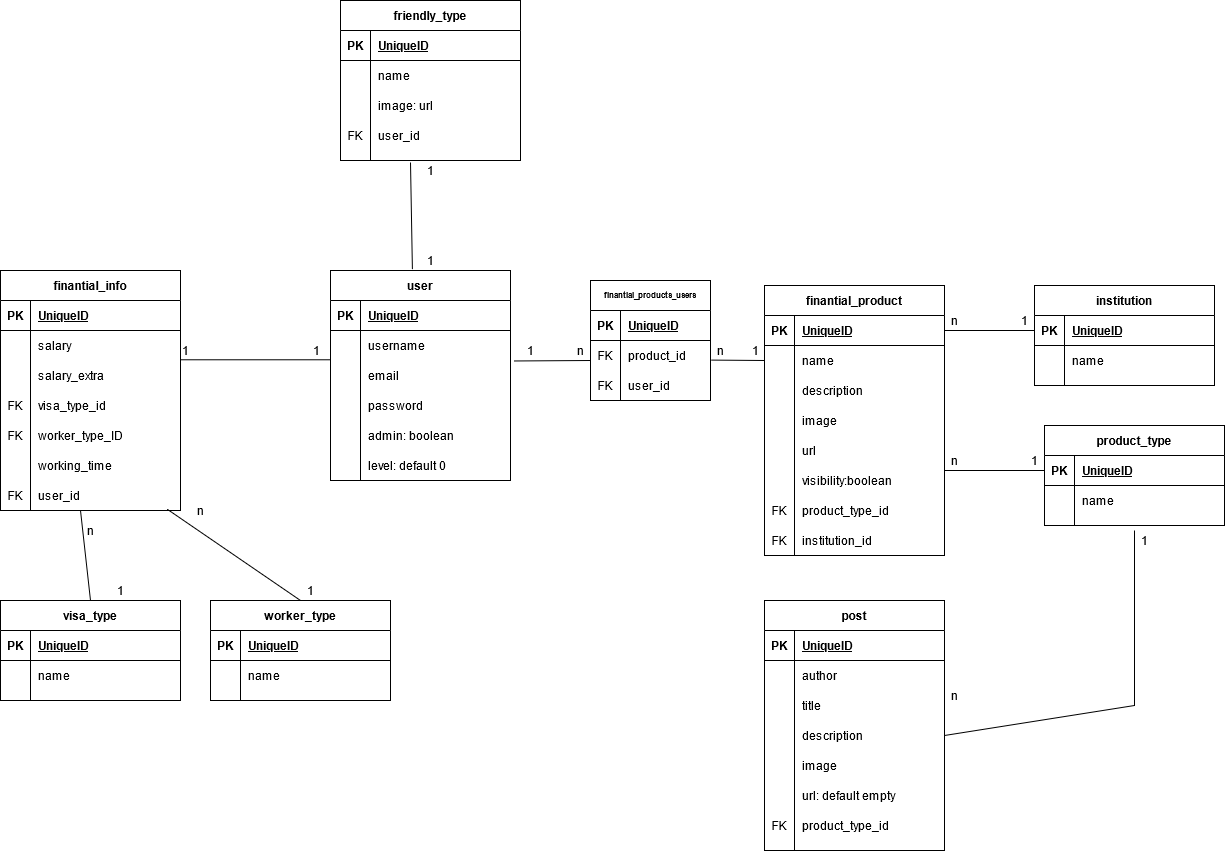
Above: bancaWEB.png in gilibethvega/banca_web (draw.io), before the change. Source tidied: cells renumbered, new cells last; positions are measured from the earlier drawing's top-left corner, leaving out a move shared by most shapes.
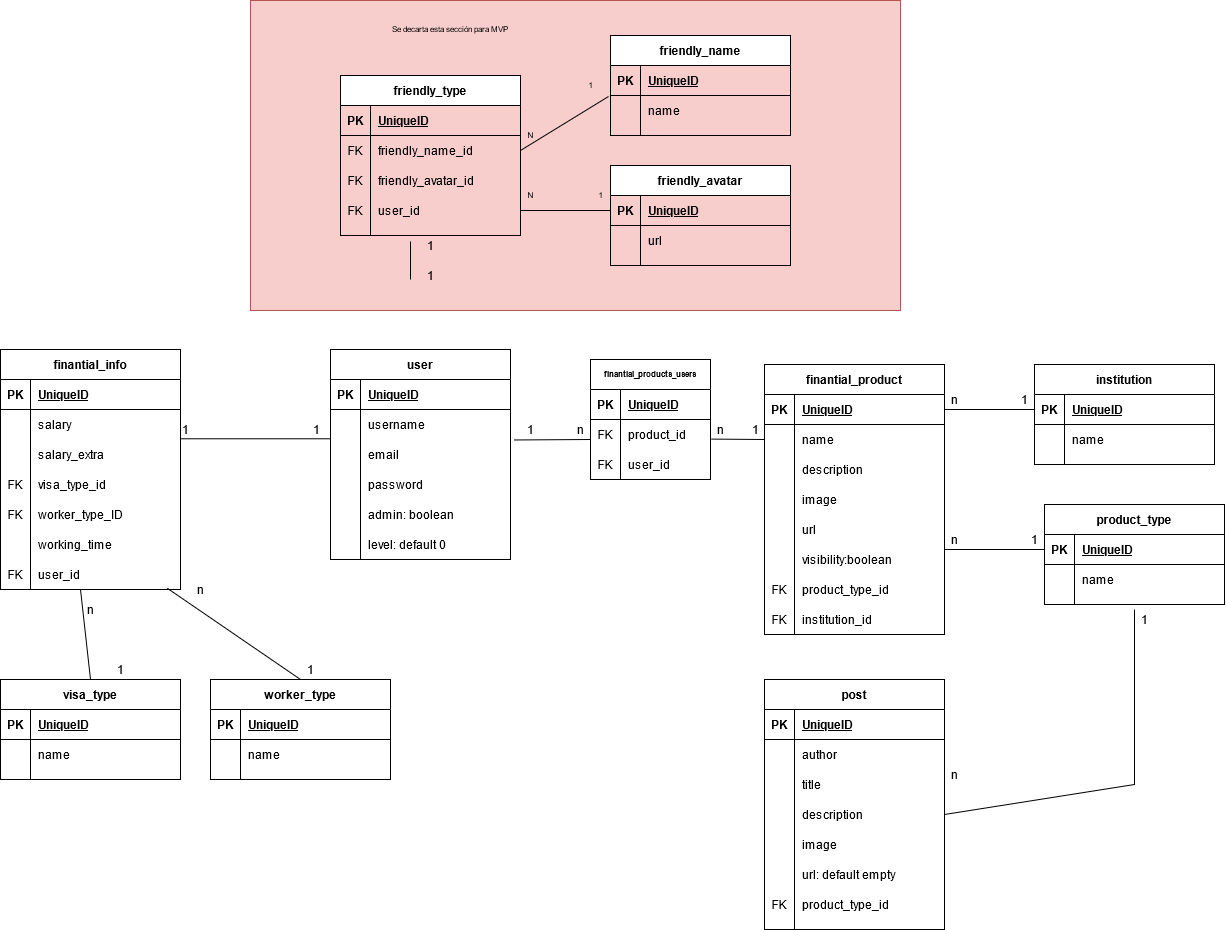
After the change.

Diff of the diagram source:
```diff
@@ -2,6 +2,9 @@
   <root>
     <mxCell id="0" />
     <mxCell id="1" parent="0" />
+    <mxCell id="168" style="rounded=0;whiteSpace=wrap;html=1;fontSize=8;labelBackgroundColor=#FFBDF4;labelBorderColor=#000000;fillColor=#f8cecc;strokeColor=#b85450;" parent="1" vertex="1">
+      <mxGeometry x="250" y="-79" width="650" height="310" as="geometry" />
+    </mxCell>
     <mxCell id="2" value="user" style="shape=table;startSize=30;rowLines=0;fontStyle=1;align=center;" parent="1" vertex="1">
       <mxGeometry x="330" y="270" width="180" height="210" as="geometry" />
     </mxCell>
@@ -60,7 +63,7 @@
       <mxGeometry x="30" width="150" height="30" as="geometry" />
     </mxCell>
     <mxCell id="21" value="friendly_type" style="shape=table;startSize=30;rowLines=0;fontStyle=1;align=center;" parent="1" vertex="1">
-      <mxGeometry x="340" width="180" height="160" as="geometry" />
+      <mxGeometry x="340" y="-4" width="180" height="160" as="geometry" />
     </mxCell>
     <mxCell id="22" style="shape=partialRectangle;fillColor=none;top=0;left=0;bottom=1;right=0;" parent="21" vertex="1">
       <mxGeometry y="30" width="180" height="30" as="geometry" />
@@ -74,19 +77,19 @@
     <mxCell id="25" style="shape=partialRectangle;fillColor=none;top=0;left=0;bottom=0;right=0;points=[[0,0.5],[1,0.5]];portConstraint=eastwest;" parent="21" vertex="1">
       <mxGeometry y="60" width="180" height="30" as="geometry" />
     </mxCell>
-    <mxCell id="26" style="shape=partialRectangle;fillColor=none;top=0;left=0;bottom=0;right=0;overflow=hidden;" parent="25" vertex="1">
+    <mxCell id="26" value="FK" style="shape=partialRectangle;fillColor=none;top=0;left=0;bottom=0;right=0;overflow=hidden;" parent="25" vertex="1">
       <mxGeometry width="30" height="30" as="geometry" />
     </mxCell>
-    <mxCell id="27" value="name" style="shape=partialRectangle;fillColor=none;top=0;left=0;bottom=0;right=0;align=left;spacingLeft=6;overflow=hidden;" parent="25" vertex="1">
+    <mxCell id="27" value="friendly_name_id" style="shape=partialRectangle;fillColor=none;top=0;left=0;bottom=0;right=0;align=left;spacingLeft=6;overflow=hidden;" parent="25" vertex="1">
       <mxGeometry x="30" width="150" height="30" as="geometry" />
     </mxCell>
     <mxCell id="28" style="shape=partialRectangle;fillColor=none;top=0;left=0;bottom=0;right=0;" parent="21" vertex="1">
       <mxGeometry y="90" width="180" height="30" as="geometry" />
     </mxCell>
-    <mxCell id="29" style="shape=partialRectangle;fillColor=none;top=0;left=0;bottom=0;right=0;overflow=hidden;" parent="28" vertex="1">
+    <mxCell id="29" value="FK" style="shape=partialRectangle;fillColor=none;top=0;left=0;bottom=0;right=0;overflow=hidden;" parent="28" vertex="1">
       <mxGeometry width="30" height="30" as="geometry" />
     </mxCell>
-    <mxCell id="30" value="image: url" style="shape=partialRectangle;fillColor=none;top=0;left=0;bottom=0;right=0;align=left;spacingLeft=6;overflow=hidden;" parent="28" vertex="1">
+    <mxCell id="30" value="friendly_avatar_id" style="shape=partialRectangle;fillColor=none;top=0;left=0;bottom=0;right=0;align=left;spacingLeft=6;overflow=hidden;" parent="28" vertex="1">
       <mxGeometry x="30" width="150" height="30" as="geometry" />
     </mxCell>
     <mxCell id="31" style="shape=partialRectangle;fillColor=none;top=0;left=0;bottom=0;right=0;points=[[0,0.5],[1,0.5]];portConstraint=eastwest;" parent="21" vertex="1">
@@ -250,16 +253,17 @@
         <mxPoint x="-11" as="offset" />
       </mxGeometry>
     </mxCell>
-    <mxCell id="84" style="endArrow=none;html=1;rounded=0;exitX=0.455;exitY=-0.006;exitDx=0;exitDy=0;exitPerimeter=0;" parent="1" edge="1" source="2">
+    <mxCell id="84" style="endArrow=none;html=1;rounded=0;" parent="1" edge="1">
       <mxGeometry relative="1" as="geometry">
+        <mxPoint x="410" y="200" as="sourcePoint" />
         <mxPoint x="410" y="162" as="targetPoint" />
       </mxGeometry>
     </mxCell>
     <mxCell id="85" value="1" style="text;html=1;align=center;verticalAlign=middle;strokeColor=none;" parent="1" vertex="1">
-      <mxGeometry x="420" y="160" width="20" height="20" as="geometry" />
+      <mxGeometry x="420" y="156" width="20" height="20" as="geometry" />
     </mxCell>
     <mxCell id="86" value="1" style="text;html=1;align=center;verticalAlign=middle;strokeColor=none;" parent="1" vertex="1">
-      <mxGeometry x="420" y="250" width="20" height="20" as="geometry" />
+      <mxGeometry x="420" y="186" width="20" height="20" as="geometry" />
     </mxCell>
     <mxCell id="87" value="institution" style="shape=table;startSize=30;rowLines=0;fontStyle=1;align=center;" parent="1" vertex="1">
       <mxGeometry x="1034" y="285" width="180" height="100" as="geometry" />
@@ -515,5 +519,71 @@
     <mxCell id="167" value="1" style="text;html=1;align=center;verticalAlign=middle;strokeColor=none;" parent="1" vertex="1">
       <mxGeometry x="300" y="580" width="20" height="20" as="geometry" />
     </mxCell>
+    <mxCell id="169" value="friendly_name" style="shape=table;startSize=30;rowLines=0;fontStyle=1;align=center;" parent="1" vertex="1">
+      <mxGeometry x="610" y="-44" width="180" height="100" as="geometry" />
+    </mxCell>
+    <mxCell id="170" style="shape=partialRectangle;fillColor=none;top=0;left=0;bottom=1;right=0;" parent="169" vertex="1">
+      <mxGeometry y="30" width="180" height="30" as="geometry" />
+    </mxCell>
+    <mxCell id="171" value="PK" style="shape=partialRectangle;fillColor=none;top=0;left=0;bottom=0;right=0;fontStyle=1;overflow=hidden;" parent="170" vertex="1">
+      <mxGeometry width="30" height="30" as="geometry" />
+    </mxCell>
+    <mxCell id="172" value="UniqueID" style="shape=partialRectangle;fillColor=none;top=0;left=0;bottom=0;right=0;align=left;spacingLeft=6;fontStyle=5;overflow=hidden;" parent="170" vertex="1">
+      <mxGeometry x="30" width="150" height="30" as="geometry" />
+    </mxCell>
+    <mxCell id="173" style="shape=partialRectangle;fillColor=none;top=0;left=0;bottom=0;right=0;points=[[0,0.5],[1,0.5]];portConstraint=eastwest;" parent="169" vertex="1">
+      <mxGeometry y="60" width="180" height="30" as="geometry" />
+    </mxCell>
+    <mxCell id="174" style="shape=partialRectangle;fillColor=none;top=0;left=0;bottom=0;right=0;overflow=hidden;" parent="173" vertex="1">
+      <mxGeometry width="30" height="30" as="geometry" />
+    </mxCell>
+    <mxCell id="175" value="name" style="shape=partialRectangle;fillColor=none;top=0;left=0;bottom=0;right=0;align=left;spacingLeft=6;overflow=hidden;" parent="173" vertex="1">
+      <mxGeometry x="30" width="150" height="30" as="geometry" />
+    </mxCell>
+    <mxCell id="176" value="friendly_avatar" style="shape=table;startSize=30;rowLines=0;fontStyle=1;align=center;" parent="1" vertex="1">
+      <mxGeometry x="610" y="86" width="180" height="100" as="geometry" />
+    </mxCell>
+    <mxCell id="177" style="shape=partialRectangle;fillColor=none;top=0;left=0;bottom=1;right=0;points=[[0,0.5],[1,0.5]];portConstraint=eastwest;" parent="176" vertex="1">
+      <mxGeometry y="30" width="180" height="30" as="geometry" />
+    </mxCell>
+    <mxCell id="178" value="PK" style="shape=partialRectangle;fillColor=none;top=0;left=0;bottom=0;right=0;fontStyle=1;overflow=hidden;" parent="177" vertex="1">
+      <mxGeometry width="30" height="30" as="geometry" />
+    </mxCell>
+    <mxCell id="179" value="UniqueID" style="shape=partialRectangle;fillColor=none;top=0;left=0;bottom=0;right=0;align=left;spacingLeft=6;fontStyle=5;overflow=hidden;" parent="177" vertex="1">
+      <mxGeometry x="30" width="150" height="30" as="geometry" />
+    </mxCell>
+    <mxCell id="180" style="shape=partialRectangle;fillColor=none;top=0;left=0;bottom=0;right=0;" parent="176" vertex="1">
+      <mxGeometry y="60" width="180" height="30" as="geometry" />
+    </mxCell>
+    <mxCell id="181" style="shape=partialRectangle;fillColor=none;top=0;left=0;bottom=0;right=0;overflow=hidden;" parent="180" vertex="1">
+      <mxGeometry width="30" height="30" as="geometry" />
+    </mxCell>
+    <mxCell id="182" value="url" style="shape=partialRectangle;fillColor=none;top=0;left=0;bottom=0;right=0;align=left;spacingLeft=6;overflow=hidden;" parent="180" vertex="1">
+      <mxGeometry x="30" width="150" height="30" as="geometry" />
+    </mxCell>
+    <mxCell id="183" style="endArrow=none;html=1;fontSize=8;exitX=1;exitY=0.5;exitDx=0;exitDy=0;entryX=-0.011;entryY=0.033;entryDx=0;entryDy=0;entryPerimeter=0;" parent="1" edge="1" source="25" target="173">
+      <mxGeometry relative="1" as="geometry" />
+    </mxCell>
+    <mxCell id="184" style="endArrow=none;html=1;fontSize=8;exitX=1;exitY=0.5;exitDx=0;exitDy=0;" parent="1" edge="1" source="31" target="177">
+      <mxGeometry relative="1" as="geometry" />
+    </mxCell>
+    <mxCell id="185" value="1" style="text;html=1;align=center;verticalAlign=middle;strokeColor=none;fontSize=8;" parent="1" vertex="1">
+      <mxGeometry x="590" y="106" width="20" height="20" as="geometry" />
+    </mxCell>
+    <mxCell id="186" value="N" style="text;html=1;align=center;verticalAlign=middle;strokeColor=none;fontSize=8;" parent="1" vertex="1">
+      <mxGeometry x="520" y="106" width="20" height="20" as="geometry" />
+    </mxCell>
+    <mxCell id="187" value="1" style="text;html=1;align=center;verticalAlign=middle;strokeColor=none;fontSize=8;" parent="1" vertex="1">
+      <mxGeometry x="580" y="-4" width="20" height="20" as="geometry" />
+    </mxCell>
+    <mxCell id="188" value="N" style="text;html=1;align=center;verticalAlign=middle;strokeColor=none;fontSize=8;" parent="1" vertex="1">
+      <mxGeometry x="520" y="46" width="20" height="20" as="geometry" />
+    </mxCell>
+    <mxCell id="189" value="Text" style="text;html=1;strokeColor=none;fillColor=none;align=center;verticalAlign=middle;whiteSpace=wrap;rounded=0;labelBackgroundColor=none;fontSize=8;noLabel=1;fontColor=none;" parent="1" vertex="1">
+      <mxGeometry x="540" y="30" width="40" height="20" as="geometry" />
+    </mxCell>
+    <mxCell id="190" value="Se decarta esta sección para MVP" style="text;html=1;strokeColor=none;fillColor=none;align=center;verticalAlign=middle;whiteSpace=wrap;rounded=0;labelBackgroundColor=none;fontSize=8;fontColor=none;" parent="1" vertex="1">
+      <mxGeometry x="340" y="-60" width="220" height="20" as="geometry" />
+    </mxCell>
   </root>
 </mxGraphModel>
```
